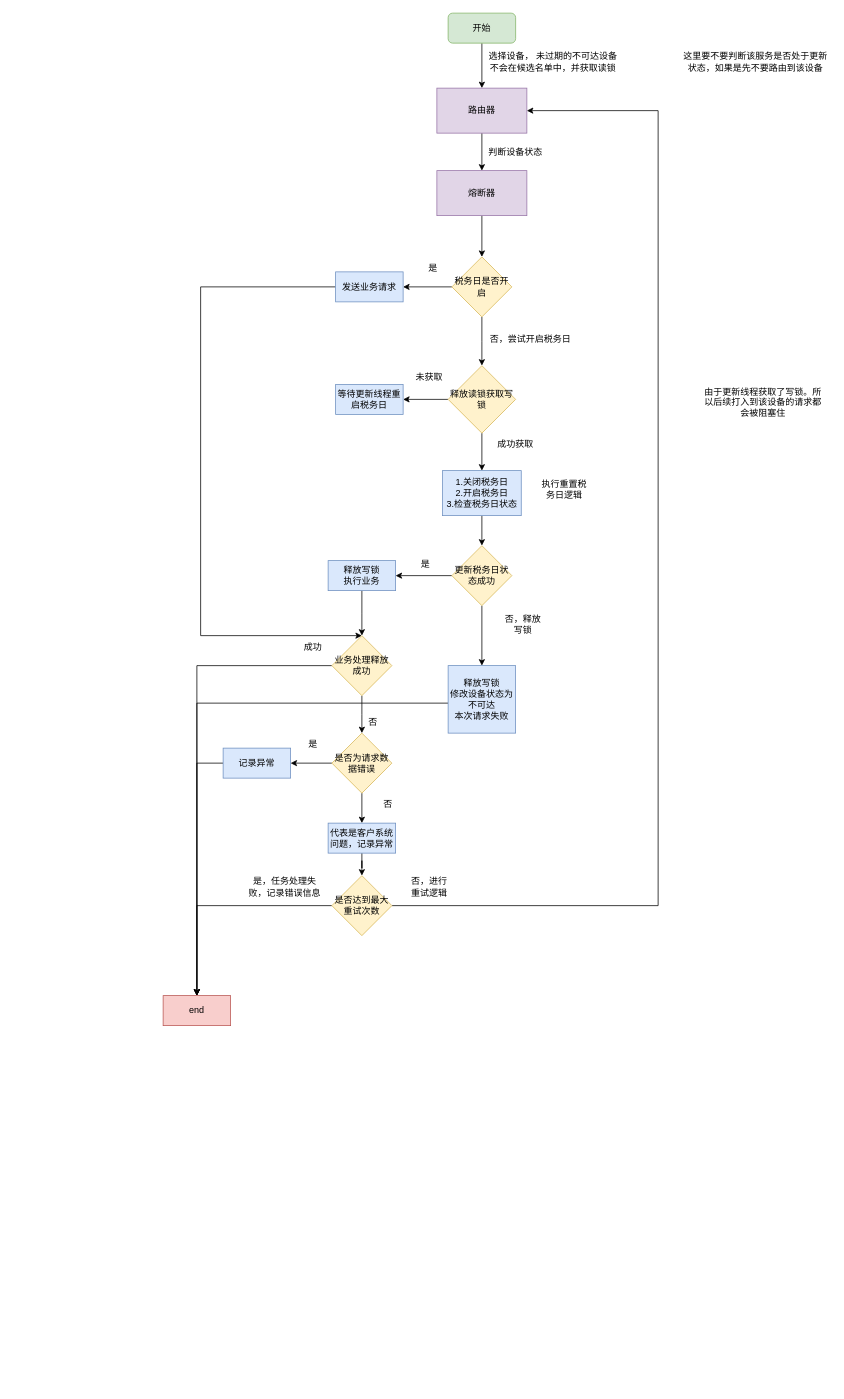
Earlier version of the draw.io diagram 税务合规并发修改流程图.drawio (atmrrr/drawio2). Source tidied: cells renumbered, new cells numbered last; positions are measured from the earlier drawing's top-left corner, leaving out a move shared by most shapes. Both pictures are drawn from the tidied source at 75%, with x=0, y=0 at pixel (163, 13).
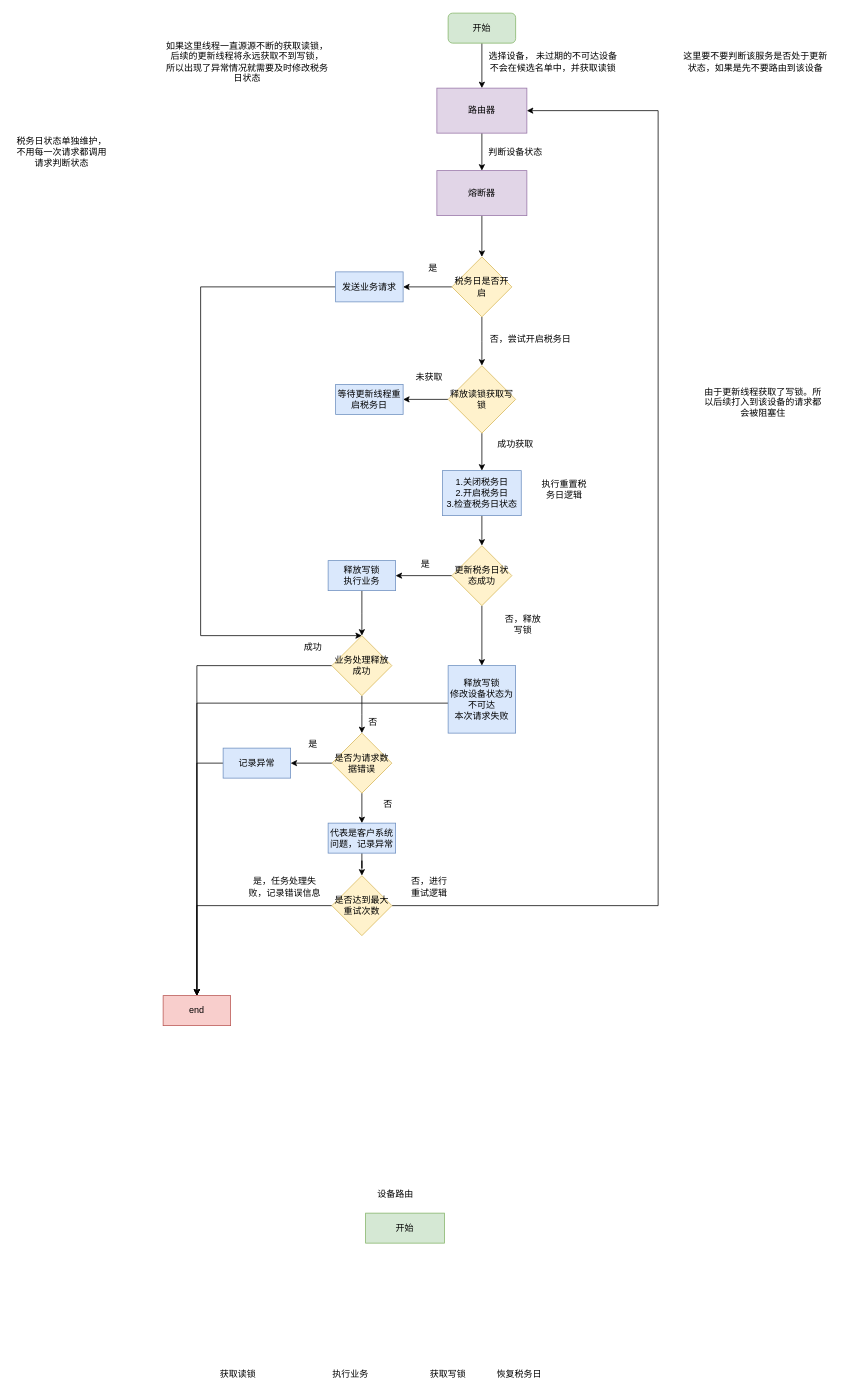
Above is the later version.

Commit message:
更新税务合规并发修改流程图.drawio

The edit, as a diff of the source:
```diff
@@
+    <mxCell id="57" value="如果这里线程一直源源不断的获取读锁，后续的更新线程将永远获取不到写锁，&lt;div&gt;所以出现了异常情况就需要及时修改税务日状态&lt;/div&gt;" style="text;html=1;whiteSpace=wrap;strokeColor=none;fillColor=none;align=center;verticalAlign=middle;rounded=0;" parent="1" vertex="1">
+      <mxGeometry y="35" width="225" height="60" as="geometry" />
+    </mxCell>
+    <mxCell id="58" value="设备路由" style="text;html=1;whiteSpace=wrap;strokeColor=none;fillColor=none;align=center;verticalAlign=middle;rounded=0;" parent="1" vertex="1">
+      <mxGeometry x="280" y="1560" width="60" height="30" as="geometry" />
+    </mxCell>
+    <mxCell id="59" value="开始" style="rounded=0;whiteSpace=wrap;html=1;fillColor=#d5e8d4;strokeColor=#82b366;" parent="1" vertex="1">
+      <mxGeometry x="270" y="1600" width="105" height="40" as="geometry" />
+    </mxCell>
+    <mxCell id="60" value="税务日状态单独维护，不用每一次请求都调用请求判断状态" style="text;html=1;whiteSpace=wrap;strokeColor=none;fillColor=none;align=center;verticalAlign=middle;rounded=0;" parent="1" vertex="1">
+      <mxGeometry x="-200" y="150" width="130" height="70" as="geometry" />
+    </mxCell>
+    <mxCell id="61" value="获取读锁" style="text;html=1;whiteSpace=wrap;strokeColor=none;fillColor=none;align=center;verticalAlign=middle;rounded=0;" parent="1" vertex="1">
+      <mxGeometry x="70" y="1800" width="60" height="30" as="geometry" />
+    </mxCell>
+    <mxCell id="62" value="执行业务" style="text;html=1;whiteSpace=wrap;strokeColor=none;fillColor=none;align=center;verticalAlign=middle;rounded=0;" parent="1" vertex="1">
+      <mxGeometry x="220" y="1800" width="60" height="30" as="geometry" />
+    </mxCell>
+    <mxCell id="63" value="获取写锁" style="text;html=1;whiteSpace=wrap;strokeColor=none;fillColor=none;align=center;verticalAlign=middle;rounded=0;" parent="1" vertex="1">
+      <mxGeometry x="350" y="1800" width="60" height="30" as="geometry" />
+    </mxCell>
+    <mxCell id="64" value="恢复税务日" style="text;html=1;whiteSpace=wrap;strokeColor=none;fillColor=none;align=center;verticalAlign=middle;rounded=0;" parent="1" vertex="1">
+      <mxGeometry x="440" y="1800" width="70" height="30" as="geometry" />
+    </mxCell>
```
